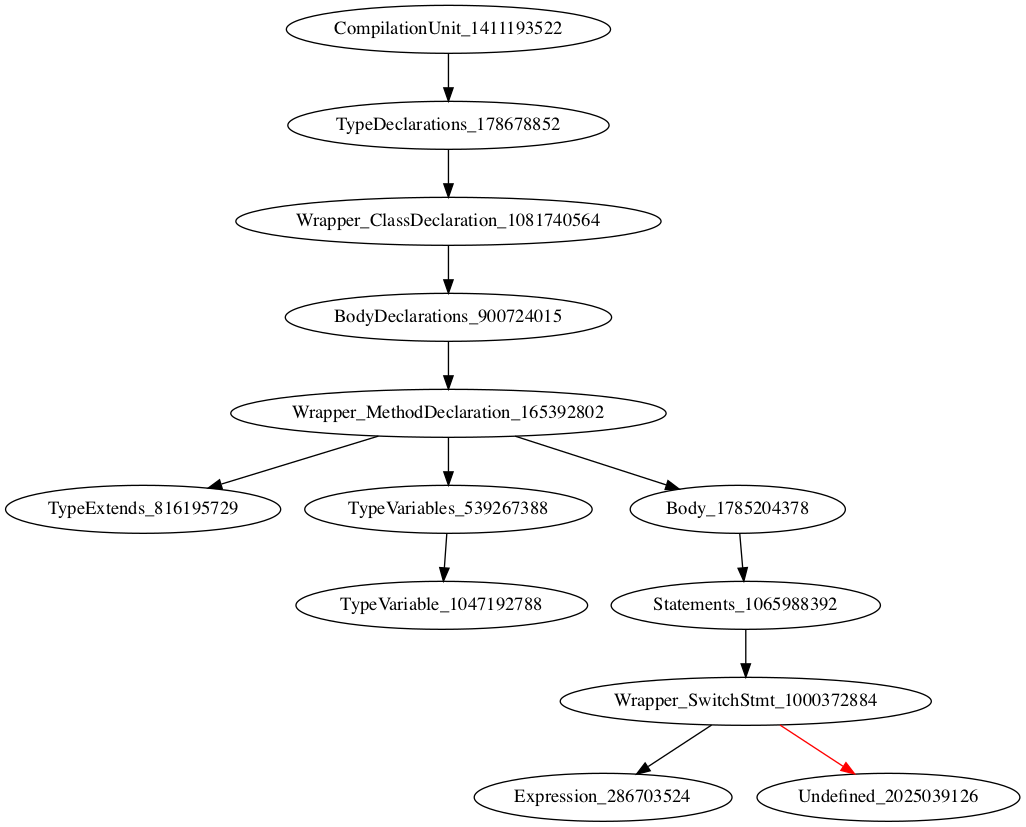
The Graphviz diagram holeAST.png in icse2023material/VoiceJava, before a commit. Its source is kept beside it as holeAST.dot.
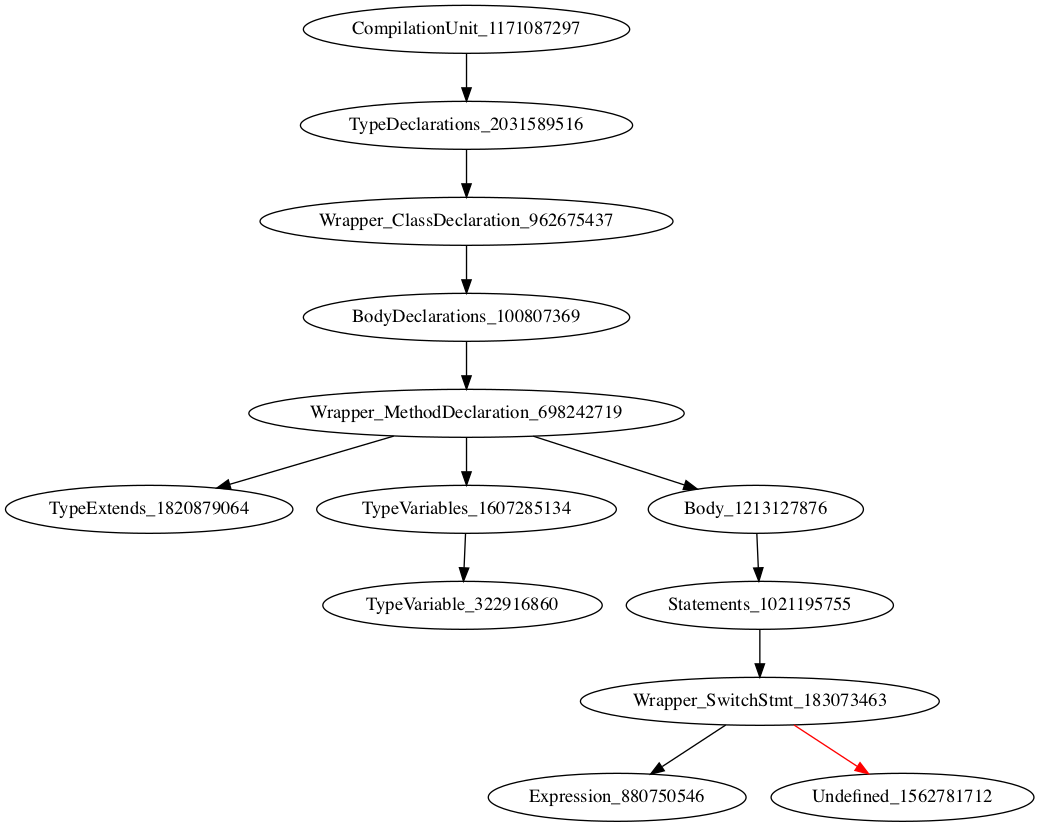
The same diagram one commit later.

The edit, as a diff of the source:
```diff
@@ -1,14 +1,14 @@
 digraph {
-CompilationUnit_1411193522 -> TypeDeclarations_178678852
-TypeDeclarations_178678852 -> Wrapper_ClassDeclaration_1081740564
-Wrapper_ClassDeclaration_1081740564 -> BodyDeclarations_900724015
-BodyDeclarations_900724015 -> Wrapper_MethodDeclaration_165392802
-Wrapper_MethodDeclaration_165392802 -> TypeExtends_816195729
-Wrapper_MethodDeclaration_165392802 -> TypeVariables_539267388
-Wrapper_MethodDeclaration_165392802 -> Body_1785204378
-TypeVariables_539267388 -> TypeVariable_1047192788
-Body_1785204378 -> Statements_1065988392
-Statements_1065988392 -> Wrapper_SwitchStmt_1000372884
-Wrapper_SwitchStmt_1000372884 -> Expression_286703524
-Wrapper_SwitchStmt_1000372884 -> Undefined_2025039126 [color = red]
+CompilationUnit_1171087297 -> TypeDeclarations_2031589516
+TypeDeclarations_2031589516 -> Wrapper_ClassDeclaration_962675437
+Wrapper_ClassDeclaration_962675437 -> BodyDeclarations_100807369
+BodyDeclarations_100807369 -> Wrapper_MethodDeclaration_698242719
+Wrapper_MethodDeclaration_698242719 -> TypeExtends_1820879064
+Wrapper_MethodDeclaration_698242719 -> TypeVariables_1607285134
+Wrapper_MethodDeclaration_698242719 -> Body_1213127876
+TypeVariables_1607285134 -> TypeVariable_322916860
+Body_1213127876 -> Statements_1021195755
+Statements_1021195755 -> Wrapper_SwitchStmt_183073463
+Wrapper_SwitchStmt_183073463 -> Expression_880750546
+Wrapper_SwitchStmt_183073463 -> Undefined_1562781712 [color = red]
 }
```
